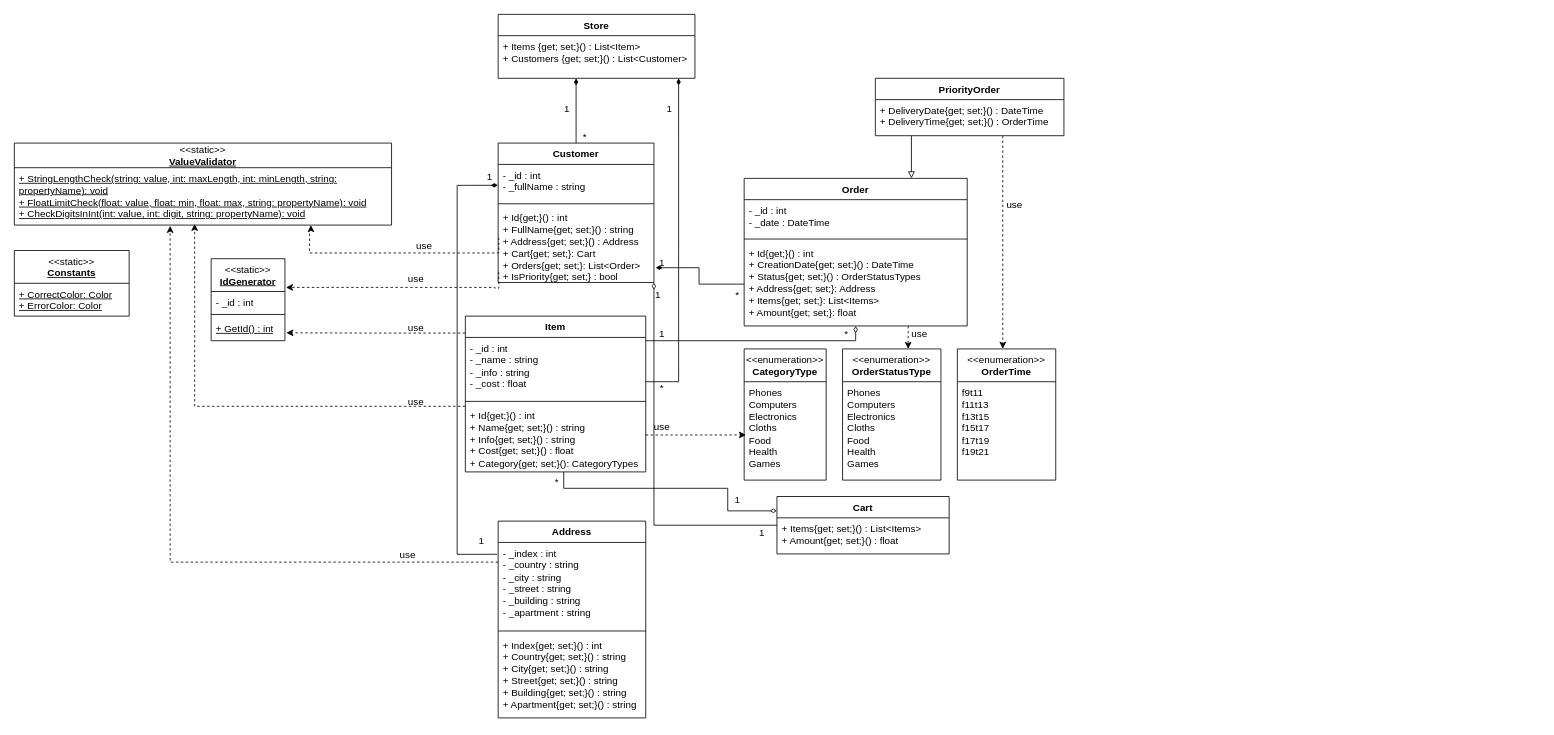
Above: oop-winform/Diagram.drawio in antoniocra04/oop-winform (draw.io), before the change. Source tidied: cells renumbered, new cells numbered last; positions are measured from the earlier drawing's top-left corner, leaving out a move shared by most shapes. Both pictures are drawn from the tidied source at 82%, with x=0, y=0 at pixel (14, 14).
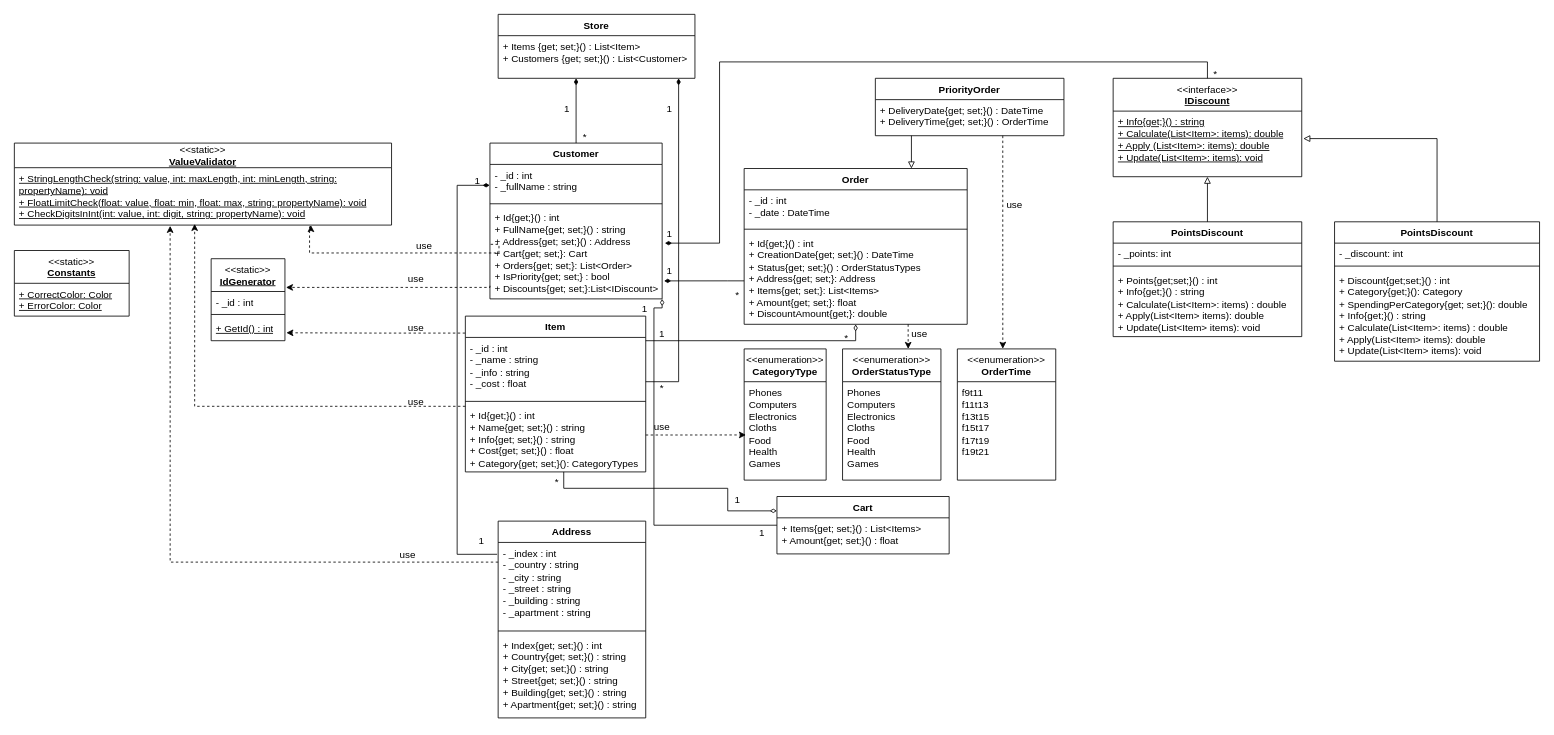
The same page after the edit.

Commit message (it also covers changes not shown here):
fix(sln, diagram): исправленны ошибки из за мердж конфликта

The change refers to these unchanged cells:
```xml
<mxCell id="10" value="&lt;span style=&quot;font-weight: normal;&quot;&gt;&amp;lt;&amp;lt;static&amp;gt;&amp;gt;&lt;/span&gt;&lt;br&gt;&lt;u&gt;IdGenerator&lt;/u&gt;" style="swimlane;fontStyle=1;align=center;verticalAlign=top;horizontal=1;startSize=40;whiteSpace=wrap;html=1;" parent="1" vertex="1">
  <mxGeometry x="240" y="298" width="90" height="100" as="geometry" />
</mxCell>
<mxCell id="42" value="Cart" style="swimlane;fontStyle=1;align=center;verticalAlign=top;horizontal=1;startSize=26;whiteSpace=wrap;html=1;" parent="1" vertex="1">
  <mxGeometry x="930" y="588" width="210" height="70" as="geometry" />
</mxCell>
```

The edit, as a diff of the source:
```diff
@@
     <mxCell id="2" value="Customer" style="swimlane;fontStyle=1;align=center;verticalAlign=top;horizontal=1;startSize=26;whiteSpace=wrap;html=1;" parent="1" vertex="1">
-      <mxGeometry x="590" y="157" width="190" height="170" as="geometry" />
+      <mxGeometry x="580" y="157" width="210" height="190" as="geometry" />
     </mxCell>
     <mxCell id="3" value="- _id : int&lt;br&gt;- _fullName : string" style="text;strokeColor=none;fillColor=none;align=left;verticalAlign=top;spacingLeft=4;spacingRight=4;overflow=hidden;points=[[0,0.5],[1,0.5]];portConstraint=eastwest;whiteSpace=wrap;html=1;" parent="2" vertex="1">
-      <mxGeometry y="26" width="190" height="44" as="geometry" />
+      <mxGeometry y="26" width="210" height="44" as="geometry" />
     </mxCell>
     <mxCell id="4" style="line;strokeWidth=1;fillColor=none;align=left;verticalAlign=middle;spacingTop=-1;spacingLeft=3;spacingRight=3;labelPosition=right;strokeColor=inherit;" parent="2" vertex="1">
-      <mxGeometry y="70" width="190" height="8" as="geometry" />
+      <mxGeometry y="70" width="210" height="8" as="geometry" />
     </mxCell>
-    <mxCell id="5" value="+ Id{get;}() : int&lt;br&gt;+ FullName{get; set;}() : string&lt;br&gt;+ Address{get; set;}() : Address&lt;div&gt;+ Cart{get; set;}: Cart&lt;/div&gt;&lt;div&gt;+ Orders{get; set;}: List&amp;lt;Order&amp;gt;&lt;/div&gt;&lt;div&gt;+ IsPriority{get; set;} : bool&lt;br&gt;&lt;/div&gt;" style="text;strokeColor=none;fillColor=none;align=left;verticalAlign=top;spacingLeft=4;spacingRight=4;overflow=hidden;points=[[0,0.5],[1,0.5]];portConstraint=eastwest;whiteSpace=wrap;html=1;" parent="2" vertex="1">
-      <mxGeometry y="78" width="190" height="92" as="geometry" />
+    <mxCell id="5" value="+ Id{get;}() : int&lt;br&gt;+ FullName{get; set;}() : string&lt;br&gt;+ Address{get; set;}() : Address&lt;div&gt;+ Cart{get; set;}: Cart&lt;/div&gt;&lt;div&gt;+ Orders{get; set;}: List&amp;lt;Order&amp;gt;&lt;/div&gt;&lt;div&gt;+ IsPriority{get; set;} : bool&lt;br&gt;&lt;/div&gt;&lt;div&gt;+ Discounts{get; set;}:List&amp;lt;IDiscount&amp;gt;&lt;/div&gt;" style="text;strokeColor=none;fillColor=none;align=left;verticalAlign=top;spacingLeft=4;spacingRight=4;overflow=hidden;points=[[0,0.5],[1,0.5]];portConstraint=eastwest;whiteSpace=wrap;html=1;" parent="2" vertex="1">
+      <mxGeometry y="78" width="210" height="112" as="geometry" />
     </mxCell>
@@
-    <mxCell id="16" style="edgeStyle=orthogonalEdgeStyle;rounded=0;jettySize=auto;html=1;entryX=1.014;entryY=0.35;entryDx=0;entryDy=0;entryPerimeter=0;dashed=1;exitX=0.004;exitY=0.859;exitDx=0;exitDy=0;exitPerimeter=0;" parent="1" edge="1" source="5" target="10">
+    <mxCell id="16" style="edgeStyle=orthogonalEdgeStyle;rounded=0;jettySize=auto;html=1;entryX=1.014;entryY=0.35;entryDx=0;entryDy=0;entryPerimeter=0;dashed=1;" parent="1" edge="1" target="10">
       <mxGeometry relative="1" as="geometry">
+        <mxPoint x="580" y="331" as="sourcePoint" />
         <Array as="points">
-          <mxPoint x="586" y="334" />
-          <mxPoint x="390" y="333" />
+          <mxPoint x="580" y="331" />
+          <mxPoint x="580" y="333" />
         </Array>
       </mxGeometry>
     </mxCell>
@@
     <mxCell id="33" value="1" style="text;html=1;align=center;verticalAlign=middle;whiteSpace=wrap;rounded=0;" parent="1" vertex="1">
-      <mxGeometry x="565" y="183" width="30" height="30" as="geometry" />
+      <mxGeometry x="550" y="188" width="30" height="30" as="geometry" />
     </mxCell>
@@
     <mxCell id="44" value="Order" style="swimlane;fontStyle=1;align=center;verticalAlign=top;horizontal=1;startSize=26;whiteSpace=wrap;html=1;" parent="1" vertex="1">
-      <mxGeometry x="890" y="200" width="272" height="180" as="geometry" />
+      <mxGeometry x="890" y="188" width="272" height="190" as="geometry" />
     </mxCell>
@@
-    <mxCell id="47" value="+ Id{get;}() : int&lt;br&gt;+ CreationDate{get; set;}() : DateTime&lt;br&gt;+ Status{get; set;}() : OrderStatusTypes&lt;div&gt;+ Address{get; set;}: Address&lt;/div&gt;&lt;div&gt;+ Items{get; set;}: List&amp;lt;Items&amp;gt;&lt;/div&gt;&lt;div&gt;+ Amount{get; set;}: float&lt;/div&gt;" style="text;strokeColor=none;fillColor=none;align=left;verticalAlign=top;spacingLeft=4;spacingRight=4;overflow=hidden;points=[[0,0.5],[1,0.5]];portConstraint=eastwest;whiteSpace=wrap;html=1;" parent="44" vertex="1">
-      <mxGeometry y="78" width="272" height="102" as="geometry" />
+    <mxCell id="47" value="+ Id{get;}() : int&lt;br&gt;+ CreationDate{get; set;}() : DateTime&lt;br&gt;+ Status{get; set;}() : OrderStatusTypes&lt;div&gt;+ Address{get; set;}: Address&lt;/div&gt;&lt;div&gt;+ Items{get; set;}: List&amp;lt;Items&amp;gt;&lt;/div&gt;&lt;div&gt;+ Amount{get; set;}: float&lt;/div&gt;&lt;div&gt;+ DiscountAmount{get;}: double&lt;/div&gt;" style="text;strokeColor=none;fillColor=none;align=left;verticalAlign=top;spacingLeft=4;spacingRight=4;overflow=hidden;points=[[0,0.5],[1,0.5]];portConstraint=eastwest;whiteSpace=wrap;html=1;" parent="44" vertex="1">
+      <mxGeometry y="78" width="272" height="112" as="geometry" />
     </mxCell>
@@
     <mxCell id="52" value="1" style="text;html=1;align=center;verticalAlign=middle;whiteSpace=wrap;rounded=0;" parent="1" vertex="1">
-      <mxGeometry x="775" y="288" width="30" height="30" as="geometry" />
+      <mxGeometry x="784" y="298" width="30" height="30" as="geometry" />
     </mxCell>
@@
     <mxCell id="57" style="edgeStyle=orthogonalEdgeStyle;rounded=0;jettySize=auto;html=1;endArrow=diamondThin;endFill=0;entryX=1;entryY=1;entryDx=0;entryDy=0;" parent="1" edge="1" source="42" target="2">
       <mxGeometry relative="1" as="geometry">
         <Array as="points">
           <mxPoint x="780" y="623" />
+          <mxPoint x="780" y="358" />
+          <mxPoint x="790" y="358" />
         </Array>
       </mxGeometry>
     </mxCell>
@@
     <mxCell id="61" value="1" style="text;html=1;align=center;verticalAlign=middle;whiteSpace=wrap;rounded=0;" parent="1" vertex="1">
-      <mxGeometry x="770" y="328" width="30" height="30" as="geometry" />
+      <mxGeometry x="754" y="345" width="30" height="30" as="geometry" />
     </mxCell>
     <mxCell id="62" value="*" style="text;html=1;align=center;verticalAlign=middle;whiteSpace=wrap;rounded=0;" parent="1" vertex="1">
-      <mxGeometry x="1000" y="375" width="30" height="30" as="geometry" />
+      <mxGeometry x="1000" y="380" width="30" height="30" as="geometry" />
     </mxCell>
@@
     <mxCell id="67" style="edgeStyle=orthogonalEdgeStyle;rounded=0;jettySize=auto;html=1;entryX=1.011;entryY=0.804;entryDx=0;entryDy=0;entryPerimeter=0;endArrow=diamondThin;endFill=1;" parent="1" edge="1" source="47" target="5">
-      <mxGeometry relative="1" as="geometry" />
+      <mxGeometry relative="1" as="geometry">
+        <Array as="points">
+          <mxPoint x="870" y="325" />
+          <mxPoint x="870" y="325" />
+        </Array>
+      </mxGeometry>
     </mxCell>
@@
+    <mxCell id="76" value="&lt;span style=&quot;font-weight: normal;&quot;&gt;&amp;lt;&amp;lt;interface&amp;gt;&amp;gt;&lt;/span&gt;&lt;br&gt;&lt;u&gt;IDiscount&lt;/u&gt;" style="swimlane;fontStyle=1;align=center;verticalAlign=top;horizontal=1;startSize=40;whiteSpace=wrap;html=1;" parent="1" vertex="1">
+      <mxGeometry x="1340" y="78" width="230" height="120" as="geometry" />
+    </mxCell>
+    <mxCell id="77" value="&lt;u&gt;+ Info{get;}() : string&lt;/u&gt;&lt;div&gt;&lt;u&gt;+ Calculate(List&amp;lt;Item&amp;gt;: items): double&lt;br&gt;&lt;/u&gt;&lt;div&gt;&lt;u&gt;+ Apply (List&amp;lt;Item&amp;gt;: items): double&lt;/u&gt;&lt;/div&gt;&lt;/div&gt;&lt;div&gt;&lt;u&gt;+ Update(List&amp;lt;Item&amp;gt;: items): void&lt;/u&gt;&lt;/div&gt;" style="text;strokeColor=none;fillColor=none;align=left;verticalAlign=top;spacingLeft=4;spacingRight=4;overflow=hidden;points=[[0,0.5],[1,0.5]];portConstraint=eastwest;whiteSpace=wrap;html=1;" parent="76" vertex="1">
+      <mxGeometry y="40" width="230" height="80" as="geometry" />
+    </mxCell>
+    <mxCell id="78" value="PointsDiscount" style="swimlane;fontStyle=1;align=center;verticalAlign=top;horizontal=1;startSize=26;whiteSpace=wrap;html=1;" parent="1" vertex="1">
+      <mxGeometry x="1340" y="253" width="230" height="140" as="geometry" />
+    </mxCell>
+    <mxCell id="79" value="- _points: int" style="text;strokeColor=none;fillColor=none;align=left;verticalAlign=top;spacingLeft=4;spacingRight=4;overflow=hidden;whiteSpace=wrap;html=1;" parent="78" vertex="1">
+      <mxGeometry y="26" width="230" height="24" as="geometry" />
+    </mxCell>
+    <mxCell id="80" style="line;strokeWidth=1;fillColor=none;align=left;verticalAlign=middle;spacingTop=-1;spacingLeft=3;spacingRight=3;labelPosition=right;strokeColor=inherit;" parent="78" vertex="1">
+      <mxGeometry y="50" width="230" height="8" as="geometry" />
+    </mxCell>
+    <mxCell id="81" value="+ Points{get;set;}() : int&lt;br&gt;+ Info{get;}() : string&lt;br&gt;+ Calculate(List&amp;lt;Item&amp;gt;: items) : double&lt;div&gt;+ Apply(List&amp;lt;Item&amp;gt; items): double&lt;/div&gt;&lt;div&gt;+ Update(List&amp;lt;Item&amp;gt; items): void&lt;/div&gt;" style="text;strokeColor=none;fillColor=none;align=left;verticalAlign=top;spacingLeft=4;spacingRight=4;overflow=hidden;whiteSpace=wrap;html=1;" parent="78" vertex="1">
+      <mxGeometry y="58" width="230" height="82" as="geometry" />
+    </mxCell>
+    <mxCell id="82" style="edgeStyle=orthogonalEdgeStyle;rounded=0;jettySize=auto;html=1;entryX=0.5;entryY=1;entryDx=0;entryDy=0;entryPerimeter=0;endArrow=block;endFill=0;" parent="1" edge="1" source="78" target="77">
+      <mxGeometry relative="1" as="geometry" />
+    </mxCell>
+    <mxCell id="83" value="PointsDiscount" style="swimlane;fontStyle=1;align=center;verticalAlign=top;horizontal=1;startSize=26;whiteSpace=wrap;html=1;" parent="1" vertex="1">
+      <mxGeometry x="1610" y="253" width="250" height="170" as="geometry" />
+    </mxCell>
+    <mxCell id="84" value="- _discount: int" style="text;strokeColor=none;fillColor=none;align=left;verticalAlign=top;spacingLeft=4;spacingRight=4;overflow=hidden;whiteSpace=wrap;html=1;" parent="83" vertex="1">
+      <mxGeometry y="26" width="250" height="24" as="geometry" />
+    </mxCell>
+    <mxCell id="85" style="line;strokeWidth=1;fillColor=none;align=left;verticalAlign=middle;spacingTop=-1;spacingLeft=3;spacingRight=3;labelPosition=right;strokeColor=inherit;" parent="83" vertex="1">
+      <mxGeometry y="50" width="250" height="8" as="geometry" />
+    </mxCell>
+    <mxCell id="86" value="+ Discount{get;set;}() : int&lt;div&gt;+ Category{get;}(): Category&lt;/div&gt;&lt;div&gt;+ SpendingPerCategory{get; set;}(): double&lt;br&gt;+ Info{get;}() : string&lt;br&gt;+ Calculate(List&amp;lt;Item&amp;gt;: items) : double&lt;div&gt;+ Apply(List&amp;lt;Item&amp;gt; items): double&lt;/div&gt;&lt;div&gt;+ Update(List&amp;lt;Item&amp;gt; items): void&lt;/div&gt;&lt;/div&gt;" style="text;strokeColor=none;fillColor=none;align=left;verticalAlign=top;spacingLeft=4;spacingRight=4;overflow=hidden;whiteSpace=wrap;html=1;" parent="83" vertex="1">
+      <mxGeometry y="58" width="250" height="112" as="geometry" />
+    </mxCell>
+    <mxCell id="87" style="edgeStyle=orthogonalEdgeStyle;rounded=0;jettySize=auto;html=1;entryX=1.008;entryY=0.419;entryDx=0;entryDy=0;entryPerimeter=0;endArrow=block;endFill=0;" parent="1" edge="1" source="83" target="77">
+      <mxGeometry relative="1" as="geometry" />
+    </mxCell>
+    <mxCell id="88" style="edgeStyle=orthogonalEdgeStyle;rounded=0;jettySize=auto;html=1;entryX=1.016;entryY=0.393;entryDx=0;entryDy=0;entryPerimeter=0;endArrow=diamondThin;endFill=1;" parent="1" edge="1" source="76" target="5">
+      <mxGeometry relative="1" as="geometry">
+        <Array as="points">
+          <mxPoint x="1455" y="58" />
+          <mxPoint x="860" y="58" />
+          <mxPoint x="860" y="279" />
+        </Array>
+      </mxGeometry>
+    </mxCell>
+    <mxCell id="89" value="1" style="text;html=1;align=center;verticalAlign=middle;whiteSpace=wrap;rounded=0;" parent="1" vertex="1">
+      <mxGeometry x="784" y="253" width="30" height="30" as="geometry" />
+    </mxCell>
+    <mxCell id="90" value="*" style="text;html=1;align=center;verticalAlign=middle;whiteSpace=wrap;rounded=0;" parent="1" vertex="1">
+      <mxGeometry x="1450" y="58" width="30" height="30" as="geometry" />
+    </mxCell>
```
